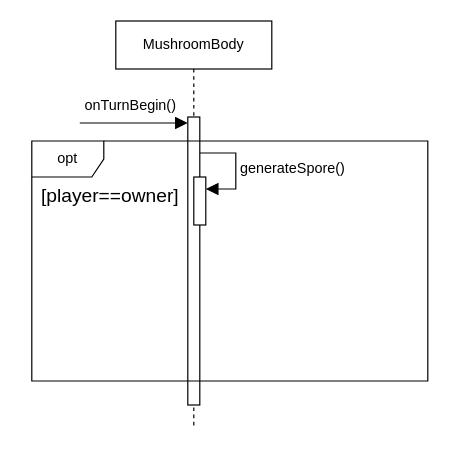
koharzsombor/bandITs keeps this draw.io diagram as page "MushroomBody" (6 of 8) of GameManager_SequenceDiagram.drawio. Above is the earlier version. Source tidied: cells renumbered, new cells numbered last; positions are measured from the earlier drawing's top-left corner, leaving out a move shared by most shapes. Both pictures are drawn from the tidied source at 120%, with x=0, y=0 at pixel (25, 20).
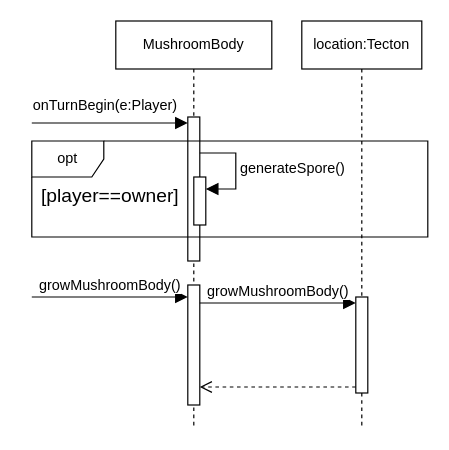
After the change.

Change to the diagram source:
```diff
@@
 <mxGraphModel>
   <root>
     <mxCell id="0" />
     <mxCell id="1" parent="0" />
     <mxCell id="2" value="&lt;div&gt;&lt;span style=&quot;background-color: transparent; color: light-dark(rgb(0, 0, 0), rgb(255, 255, 255));&quot;&gt;MushroomBody&lt;/span&gt;&lt;/div&gt;" style="shape=umlLifeline;perimeter=lifelinePerimeter;whiteSpace=wrap;html=1;newEdgeStyle={&quot;curved&quot;:0,&quot;rounded&quot;:0};" parent="1" vertex="1">
       <mxGeometry x="75" width="130" height="340" as="geometry" />
     </mxCell>
     <mxCell id="3" style="html=1;points=[[0,0,0,0,5],[0,1,0,0,-5],[1,0,0,0,5],[1,1,0,0,-5]];perimeter=orthogonalPerimeter;outlineConnect=0;targetShapes=umlLifeline;portConstraint=eastwest;newEdgeStyle={&quot;curved&quot;:0,&quot;rounded&quot;:0};" parent="2" vertex="1">
-      <mxGeometry x="60" y="80" width="10" height="240" as="geometry" />
+      <mxGeometry x="60" y="80" width="10" height="120" as="geometry" />
     </mxCell>
+    <mxCell id="9" style="html=1;points=[[0,0,0,0,5],[0,1,0,0,-5],[1,0,0,0,5],[1,1,0,0,-5]];perimeter=orthogonalPerimeter;outlineConnect=0;targetShapes=umlLifeline;portConstraint=eastwest;newEdgeStyle={&quot;curved&quot;:0,&quot;rounded&quot;:0};" parent="2" vertex="1">
+      <mxGeometry x="60" y="220" width="10" height="100" as="geometry" />
+    </mxCell>
-    <mxCell id="4" value="onTurnBegin()" style="html=1;verticalAlign=bottom;endArrow=block;curved=0;rounded=0;fontSize=12;startSize=8;endSize=8;entryX=0;entryY=0;entryDx=0;entryDy=5;entryPerimeter=0;" parent="1" edge="1" target="3">
+    <mxCell id="4" value="onTurnBegin(e:Player)" style="html=1;verticalAlign=bottom;endArrow=block;curved=0;rounded=0;fontSize=12;startSize=8;endSize=8;entryX=0;entryY=0;entryDx=0;entryDy=5;entryPerimeter=0;" parent="1" edge="1" target="3">
       <mxGeometry x="-0.06" y="5" relative="1" as="geometry">
-        <mxPoint x="45" y="85" as="sourcePoint" />
+        <mxPoint x="5" y="85" as="sourcePoint" />
       </mxGeometry>
     </mxCell>
     <mxCell id="5" value="opt" style="shape=umlFrame;whiteSpace=wrap;html=1;" parent="1" vertex="1">
-      <mxGeometry x="5" y="100" width="330" height="200" as="geometry" />
+      <mxGeometry x="5" y="100" width="330" height="80" as="geometry" />
     </mxCell>
     <mxCell id="6" value="[player==owner&lt;span style=&quot;background-color: transparent; color: light-dark(rgb(0, 0, 0), rgb(255, 255, 255));&quot;&gt;]&lt;/span&gt;" style="text;html=1;align=center;verticalAlign=middle;strokeColor=none;fillColor=none;fontSize=16;" parent="1" vertex="1">
       <mxGeometry y="130" width="140" height="30" as="geometry" />
     </mxCell>
     <mxCell id="7" style="html=1;points=[[0,0,0,0,5],[0,1,0,0,-5],[1,0,0,0,5],[1,1,0,0,-5]];perimeter=orthogonalPerimeter;outlineConnect=0;targetShapes=umlLifeline;portConstraint=eastwest;newEdgeStyle={&quot;curved&quot;:0,&quot;rounded&quot;:0};" parent="1" vertex="1">
       <mxGeometry x="140" y="130" width="10" height="40" as="geometry" />
     </mxCell>
     <mxCell id="8" value="generateSpore()" style="html=1;align=left;spacingLeft=2;endArrow=block;rounded=0;edgeStyle=orthogonalEdgeStyle;curved=0;rounded=0;fontSize=12;startSize=8;endSize=8;" parent="1" edge="1" target="7">
       <mxGeometry relative="1" as="geometry">
         <mxPoint x="145" y="110" as="sourcePoint" />
         <Array as="points">
           <mxPoint x="175" y="140" />
         </Array>
       </mxGeometry>
     </mxCell>
+    <mxCell id="10" value="growMushroomBody()" style="html=1;verticalAlign=bottom;endArrow=block;curved=0;rounded=0;fontSize=12;startSize=8;endSize=8;" parent="1" edge="1">
+      <mxGeometry relative="1" as="geometry">
+        <mxPoint x="5" y="230" as="sourcePoint" />
+        <mxPoint x="135" y="230" as="targetPoint" />
+      </mxGeometry>
+    </mxCell>
+    <mxCell id="11" value="growMushroomBody()" style="html=1;verticalAlign=bottom;endArrow=block;curved=0;rounded=0;entryX=0;entryY=0;entryDx=0;entryDy=5;fontSize=12;startSize=8;endSize=8;" parent="1" edge="1" source="9" target="14">
+      <mxGeometry relative="1" as="geometry" />
+    </mxCell>
+    <mxCell id="12" style="html=1;verticalAlign=bottom;endArrow=open;dashed=1;endSize=8;curved=0;rounded=0;exitX=0;exitY=1;exitDx=0;exitDy=-5;fontSize=12;" parent="1" edge="1" source="14">
+      <mxGeometry relative="1" as="geometry">
+        <mxPoint x="145" y="305" as="targetPoint" />
+      </mxGeometry>
+    </mxCell>
+    <mxCell id="13" value="location:Tecton" style="shape=umlLifeline;perimeter=lifelinePerimeter;whiteSpace=wrap;html=1;newEdgeStyle={&quot;curved&quot;:0,&quot;rounded&quot;:0};" parent="1" vertex="1">
+      <mxGeometry x="230" width="100" height="340" as="geometry" />
+    </mxCell>
+    <mxCell id="14" style="html=1;points=[[0,0,0,0,5],[0,1,0,0,-5],[1,0,0,0,5],[1,1,0,0,-5]];perimeter=orthogonalPerimeter;outlineConnect=0;targetShapes=umlLifeline;portConstraint=eastwest;newEdgeStyle={&quot;curved&quot;:0,&quot;rounded&quot;:0};" parent="13" vertex="1">
+      <mxGeometry x="45" y="230" width="10" height="80" as="geometry" />
+    </mxCell>
   </root>
 </mxGraphModel>
```
